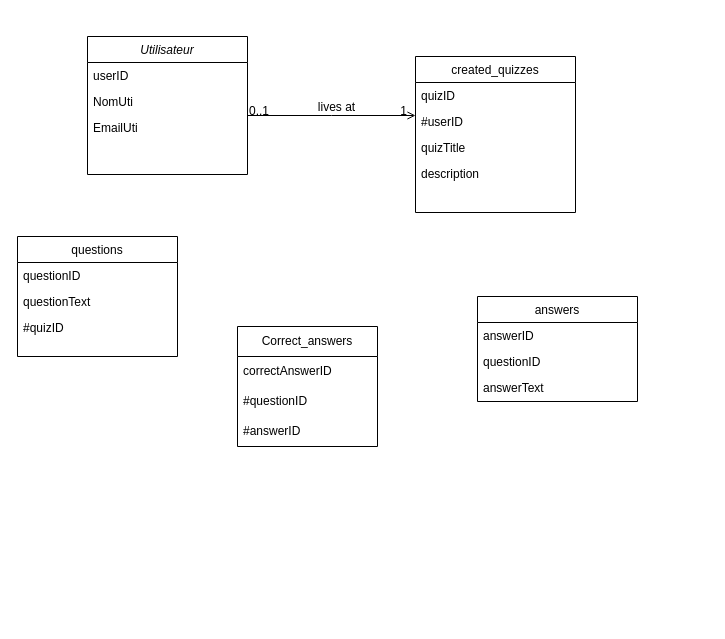
The draw.io diagram mcd quiz/Diagramme sans nom.drawio in Maminjatovo/MCD, before the edit. Source tidied: cells renumbered, new cells numbered last; positions are measured from the earlier drawing's top-left corner, leaving out a move shared by most shapes. Both pictures are drawn from the tidied source at 100%, with x=0, y=0 at pixel (17, 36).
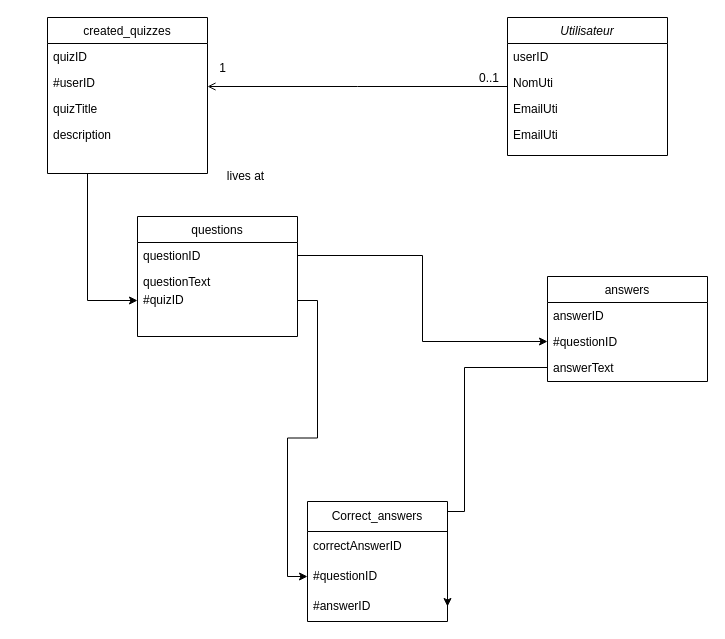
After the change.

Commit message (it also covers changes not shown here):
Mettre à jour Diagramme sans nom.drawio

The change refers to these unchanged cells:
```xml
<mxCell id="7" value="questionID" style="text;align=left;verticalAlign=top;spacingLeft=4;spacingRight=4;overflow=hidden;points=[[0,0.5],[1,0.5]];portConstraint=eastwest;" parent="6" vertex="1">
  <mxGeometry y="26" width="160" height="26" as="geometry" />
</mxCell>
<mxCell id="13" value="answerText" style="text;align=left;verticalAlign=top;spacingLeft=4;spacingRight=4;overflow=hidden;points=[[0,0.5],[1,0.5]];portConstraint=eastwest;" parent="10" vertex="1">
  <mxGeometry y="78" width="160" height="26" as="geometry" />
</mxCell>
<mxCell id="19" style="endArrow=open;shadow=0;strokeWidth=1;rounded=0;endFill=1;edgeStyle=elbowEdgeStyle;elbow=vertical;" parent="1" edge="1" source="2" target="14">
  <mxGeometry x="0.5" y="41" relative="1" as="geometry">
    <mxPoint x="-40" y="32" as="offset" />
  </mxGeometry>
</mxCell>
<mxCell id="25" value="#questionID" style="text;strokeColor=none;fillColor=none;align=left;verticalAlign=middle;spacingLeft=4;spacingRight=4;overflow=hidden;points=[[0,0.5],[1,0.5]];portConstraint=eastwest;whiteSpace=wrap;html=1;" parent="23" vertex="1">
  <mxGeometry y="60" width="140" height="30" as="geometry" />
</mxCell>
<mxCell id="26" value="#answerID" style="text;strokeColor=none;fillColor=none;align=left;verticalAlign=middle;spacingLeft=4;spacingRight=4;overflow=hidden;points=[[0,0.5],[1,0.5]];portConstraint=eastwest;whiteSpace=wrap;html=1;" parent="23" vertex="1">
  <mxGeometry y="90" width="140" height="30" as="geometry" />
</mxCell>
```

What changed in the source:
```diff
@@
     <mxCell id="2" value="Utilisateur&#10;" style="swimlane;fontStyle=2;align=center;verticalAlign=top;horizontal=1;startSize=26;rounded=0;shadow=0;strokeWidth=1;" parent="1" vertex="1">
-      <mxGeometry x="70" width="160" height="138" as="geometry" />
+      <mxGeometry x="490" y="-19" width="160" height="138" as="geometry" />
     </mxCell>
@@
+    <mxCell id="27" value="EmailUti" style="text;align=left;verticalAlign=top;spacingLeft=4;spacingRight=4;overflow=hidden;rounded=0;shadow=0;html=0;" parent="2" vertex="1">
+      <mxGeometry y="78" width="160" height="26" as="geometry" />
+    </mxCell>
     <mxCell id="5" value="EmailUti" style="text;align=left;verticalAlign=top;spacingLeft=4;spacingRight=4;overflow=hidden;rounded=0;shadow=0;html=0;" parent="2" vertex="1">
-      <mxGeometry y="78" width="160" height="26" as="geometry" />
+      <mxGeometry y="104" width="160" height="26" as="geometry" />
     </mxCell>
     <mxCell id="6" value="questions" style="swimlane;fontStyle=0;align=center;verticalAlign=top;horizontal=1;startSize=26;rounded=0;shadow=0;strokeWidth=1;" parent="1" vertex="1">
-      <mxGeometry y="200" width="160" height="120" as="geometry" />
+      <mxGeometry x="120" y="180" width="160" height="120" as="geometry" />
     </mxCell>
@@
     <mxCell id="8" value="questionText" style="text;align=left;verticalAlign=top;spacingLeft=4;spacingRight=4;overflow=hidden;rounded=0;shadow=0;html=0;" parent="6" vertex="1">
-      <mxGeometry y="52" width="160" height="26" as="geometry" />
+      <mxGeometry y="52" width="160" height="18" as="geometry" />
     </mxCell>
     <mxCell id="9" value="#quizID" style="text;align=left;verticalAlign=top;spacingLeft=4;spacingRight=4;overflow=hidden;points=[[0,0.5],[1,0.5]];portConstraint=eastwest;rounded=0;shadow=0;html=0;" parent="6" vertex="1">
-      <mxGeometry y="78" width="160" height="28" as="geometry" />
+      <mxGeometry y="70" width="160" height="28" as="geometry" />
     </mxCell>
     <mxCell id="10" value="answers" style="swimlane;fontStyle=0;align=center;verticalAlign=top;horizontal=1;startSize=26;rounded=0;shadow=0;strokeWidth=1;" parent="1" vertex="1">
-      <mxGeometry x="460" y="260" width="160" height="105" as="geometry" />
+      <mxGeometry x="530" y="240" width="160" height="105" as="geometry" />
     </mxCell>
@@
-    <mxCell id="12" value="questionID" style="text;align=left;verticalAlign=top;spacingLeft=4;spacingRight=4;overflow=hidden;points=[[0,0.5],[1,0.5]];portConstraint=eastwest;" parent="10" vertex="1">
+    <mxCell id="12" value="#questionID" style="text;align=left;verticalAlign=top;spacingLeft=4;spacingRight=4;overflow=hidden;points=[[0,0.5],[1,0.5]];portConstraint=eastwest;" parent="10" vertex="1">
       <mxGeometry y="52" width="160" height="26" as="geometry" />
     </mxCell>
@@
+    <mxCell id="28" style="edgeStyle=orthogonalEdgeStyle;rounded=0;jettySize=auto;html=1;exitX=0.25;exitY=1;exitDx=0;exitDy=0;entryX=0;entryY=0.5;entryDx=0;entryDy=0;" parent="1" edge="1" source="14" target="9">
+      <mxGeometry relative="1" as="geometry" />
+    </mxCell>
     <mxCell id="14" value="created_quizzes" style="swimlane;fontStyle=0;align=center;verticalAlign=top;horizontal=1;startSize=26;rounded=0;shadow=0;strokeWidth=1;" parent="1" vertex="1">
-      <mxGeometry x="398" y="20" width="160" height="156" as="geometry" />
+      <mxGeometry x="30" y="-19" width="160" height="156" as="geometry" />
     </mxCell>
@@
     <mxCell id="18" value="description" style="text;align=left;verticalAlign=top;spacingLeft=4;spacingRight=4;overflow=hidden;rounded=0;shadow=0;html=0;" parent="14" vertex="1">
-      <mxGeometry y="104" width="160" height="26" as="geometry" />
+      <mxGeometry y="104" width="160" height="16" as="geometry" />
     </mxCell>
@@
     <mxCell id="20" value="0..1" style="align=left;verticalAlign=bottom;labelBackgroundColor=none;fontSize=12;" parent="19" vertex="1">
       <mxGeometry x="-1" relative="1" as="geometry">
-        <mxPoint y="4" as="offset" />
+        <mxPoint x="-30" as="offset" />
       </mxGeometry>
     </mxCell>
     <mxCell id="21" value="1" style="align=right;verticalAlign=bottom;labelBackgroundColor=none;fontSize=12;" parent="19" vertex="1">
       <mxGeometry x="1" relative="1" as="geometry">
-        <mxPoint x="-7" y="4" as="offset" />
+        <mxPoint x="20" y="-10" as="offset" />
       </mxGeometry>
     </mxCell>
@@
     <mxCell id="23" value="Correct_answers" style="swimlane;fontStyle=0;horizontal=1;startSize=30;whiteSpace=wrap;html=1;" parent="1" vertex="1">
-      <mxGeometry x="220" y="290" width="140" height="120" as="geometry" />
+      <mxGeometry x="290" y="465" width="140" height="120" as="geometry" />
     </mxCell>
@@
+    <mxCell id="29" style="edgeStyle=orthogonalEdgeStyle;rounded=0;jettySize=auto;html=1;exitX=1;exitY=0.5;exitDx=0;exitDy=0;entryX=0;entryY=0.5;entryDx=0;entryDy=0;" parent="1" edge="1" source="7" target="12">
+      <mxGeometry relative="1" as="geometry" />
+    </mxCell>
+    <mxCell id="30" style="edgeStyle=orthogonalEdgeStyle;rounded=0;jettySize=auto;html=1;exitX=0;exitY=0.5;exitDx=0;exitDy=0;entryX=1;entryY=0.5;entryDx=0;entryDy=0;" parent="1" edge="1" source="13" target="26">
+      <mxGeometry relative="1" as="geometry">
+        <Array as="points">
+          <mxPoint x="447" y="331" />
+          <mxPoint x="447" y="475" />
+        </Array>
+      </mxGeometry>
+    </mxCell>
+    <mxCell id="31" style="edgeStyle=orthogonalEdgeStyle;rounded=0;jettySize=auto;html=1;exitX=1;exitY=0.5;exitDx=0;exitDy=0;entryX=0;entryY=0.5;entryDx=0;entryDy=0;" parent="1" edge="1" source="9" target="25">
+      <mxGeometry relative="1" as="geometry" />
+    </mxCell>
```
